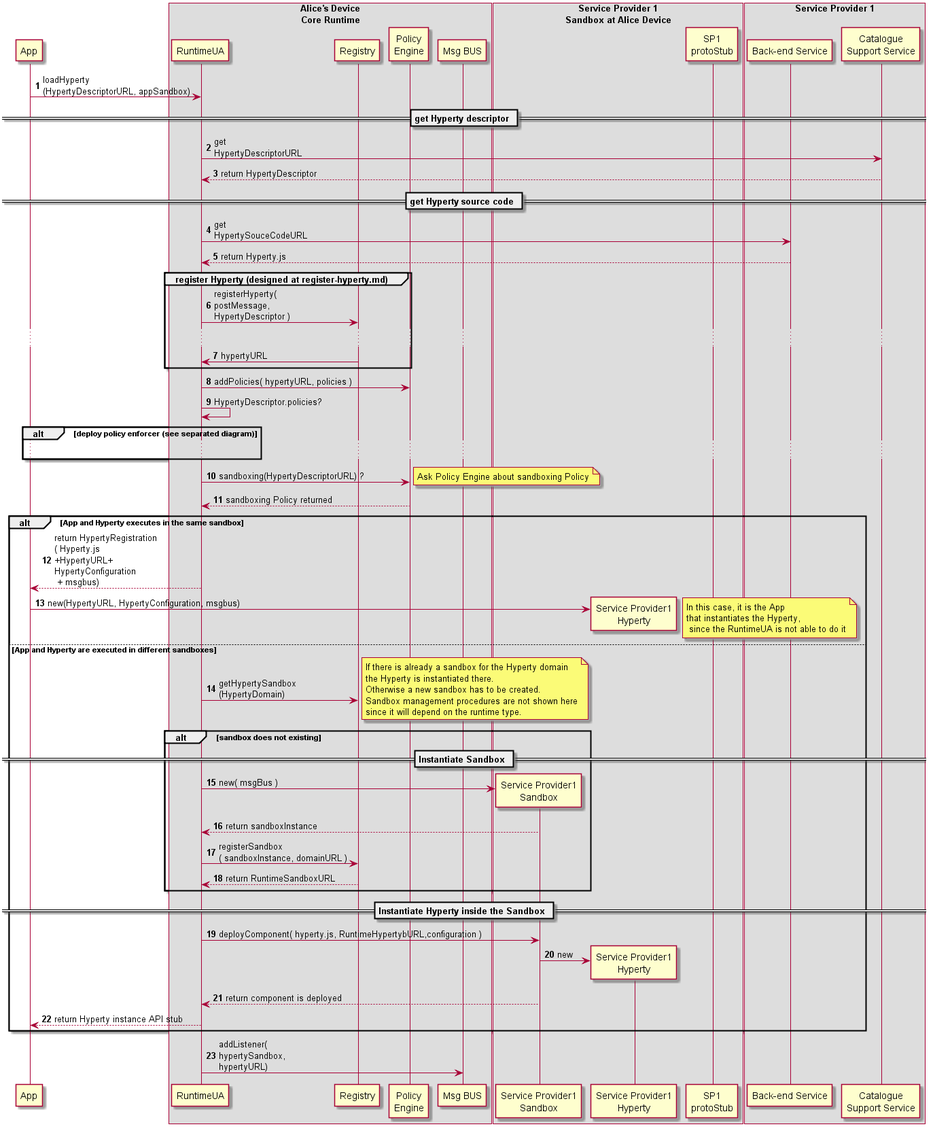
Above: docs/specs/runtime/dynamic-view/basics/deploy-hyperty.png in reTHINK-project/core-framework (PlantUML), before the change. Its source is kept beside it as docs/specs/runtime/dynamic-view/basics/deploy-hyperty.plantuml. Its diagram source:
```plantuml
@startuml "deploy-hyperty.png"

autonumber

!define SHOW_RuntimeA

!define SHOW_AppAtRuntimeA

!define SHOW_CoreRuntimeA
!define SHOW_MsgBUSAtRuntimeA
!define SHOW_RegistryAtRuntimeA
!define SHOW_CoreAgentAtRuntimeA
!define SHOW_AuthAtRuntimeA

!define SHOW_SP1SandboxAtRuntimeA
!define SHOW_Protostub1AtRuntimeA
!define SHOW_ServiceProvider1HypertyAtRuntimeA
!define SHOW_ServiceProvider1SandboxManagerAtRuntimeA

!define SHOW_SP1
!define SHOW_Cat1

!include ../runtime_objects.plantuml


RunUA@A <- App@A : loadHyperty\n(HypertyDescriptorURL, appSandbox)

== get Hyperty descriptor ==

	RunUA@A -> Cat1 : get\nHypertyDescriptorURL

	RunUA@A <-- Cat1 : return HypertyDescriptor

== get Hyperty source code ==

	RunUA@A -> SP1 : get\nHypertySouceCodeURL

	RunUA@A <-- SP1 : return Hyperty.js


group register Hyperty (designed at register-hyperty.md)

RunUA@A -> RunReg@A : registerHyperty(\npostMessage,\nHypertyDescriptor )

...

RunUA@A <- RunReg@A : hypertyURL

end group


RunUA@A -> RunAuth@A : addPolicies( hypertyURL, policies )

RunUA@A -> RunUA@A : HypertyDescriptor.policies?

alt deploy policy enforcer (see separated diagram)

...

end



RunUA@A -> RunAuth@A : sandboxing(HypertyDescriptorURL) ?

note right
	Ask Policy Engine about sandboxing Policy
end note

RunUA@A <-- RunAuth@A : sandboxing Policy returned

alt App and Hyperty executes in the same sandbox

RunUA@A --> App@A : return HypertyRegistration\n( Hyperty.js\n+HypertyURL+\nHypertyConfiguration\n + msgbus)

create SP1H@A
App@A -> SP1H@A : new(HypertyURL, HypertyConfiguration, msgbus)

note right
	 In this case, it is the App
		that instantiates the Hyperty,
		 since the RuntimeUA is not able to do it
end note

else App and Hyperty are executed in different sandboxes

RunUA@A -> RunReg@A : getHypertySandbox\n(HypertyDomain)

note right
	If there is already a sandbox for the Hyperty domain
	the Hyperty is instantiated there.
	Otherwise a new sandbox has to be created.
	Sandbox management procedures are not shown here
	since it will depend on the runtime type.
end note

alt sandbox does not existing

== Instantiate Sandbox ==

	create Sand1@A
	RunUA@A -> Sand1@A : new( msgBus )

	RunUA@A <-- Sand1@A : return sandboxInstance

	RunUA@A -> RunReg@A : registerSandbox\n( sandboxInstance, domainURL )

	RunUA@A <-- RunReg@A : return RuntimeSandboxURL

end

== Instantiate Hyperty inside the Sandbox ==

RunUA@A -> Sand1@A : deployComponent( hyperty.js, RuntimeHypertybURL,configuration )

create SP1H@A

Sand1@A -> SP1H@A : new

RunUA@A <-- Sand1@A : return component is deployed

RunUA@A --> App@A : return Hyperty instance API stub

end

BUS@A <- RunUA@A : addListener(\nhypertySandbox, \nhypertyURL)


@enduml
```
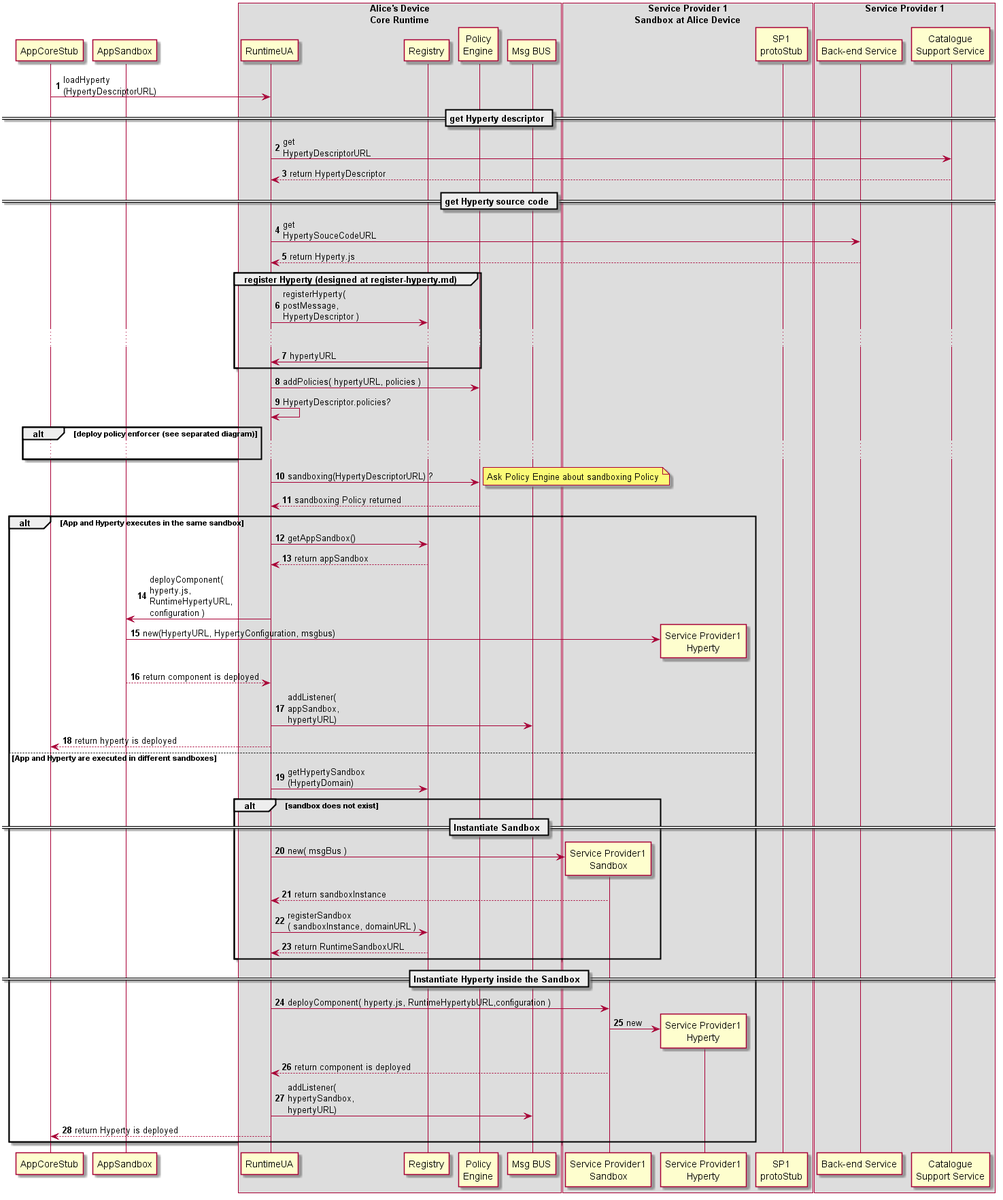
The same diagram one commit later.

Commit message:
deploy hyperty updated to comply with App Sandbox interface

Diff of the diagram source:
```diff
@@ -5,6 +5,7 @@
 !define SHOW_RuntimeA
 
 !define SHOW_AppAtRuntimeA
+!define SHOW_AppSandboxAtRuntimeA
 
 !define SHOW_CoreRuntimeA
 !define SHOW_MsgBUSAtRuntimeA
@@ -23,7 +24,7 @@
 !include ../runtime_objects.plantuml
 
 
-RunUA@A <- App@A : loadHyperty\n(HypertyDescriptorURL, appSandbox)
+RunUA@A <- App@A : loadHyperty\n(HypertyDescriptorURL)
 
 == get Hyperty descriptor ==
 
@@ -71,30 +72,26 @@
 
 alt App and Hyperty executes in the same sandbox
 
-RunUA@A --> App@A : return HypertyRegistration\n( Hyperty.js\n+HypertyURL+\nHypertyConfiguration\n + msgbus)
+RunUA@A -> RunReg@A : getAppSandbox()
+
+RunUA@A <-- RunReg@A : return appSandbox
+
+RunUA@A -> AppSand@A : deployComponent(\nhyperty.js,\nRuntimeHypertyURL,\nconfiguration )
 
 create SP1H@A
-App@A -> SP1H@A : new(HypertyURL, HypertyConfiguration, msgbus)
+AppSand@A -> SP1H@A : new(HypertyURL, HypertyConfiguration, msgbus)
 
-note right
-	 In this case, it is the App
-		that instantiates the Hyperty,
-		 since the RuntimeUA is not able to do it
-end note
+RunUA@A <-- AppSand@A : return component is deployed
+
+BUS@A <- RunUA@A : addListener(\nappSandbox, \nhypertyURL)
+
+RunUA@A --> App@A : return hyperty is deployed
 
 else App and Hyperty are executed in different sandboxes
 
 RunUA@A -> RunReg@A : getHypertySandbox\n(HypertyDomain)
 
-note right
-	If there is already a sandbox for the Hyperty domain
-	the Hyperty is instantiated there.
-	Otherwise a new sandbox has to be created.
-	Sandbox management procedures are not shown here
-	since it will depend on the runtime type.
-end note
-
-alt sandbox does not existing
+alt sandbox does not exist
 
 == Instantiate Sandbox ==
 
@@ -119,11 +116,12 @@
 
 RunUA@A <-- Sand1@A : return component is deployed
 
-RunUA@A --> App@A : return Hyperty instance API stub
+BUS@A <- RunUA@A : addListener(\nhypertySandbox, \nhypertyURL)
+
+RunUA@A --> App@A : return Hyperty is deployed
 
 end
 
-BUS@A <- RunUA@A : addListener(\nhypertySandbox, \nhypertyURL)
 
 
 @enduml
```
